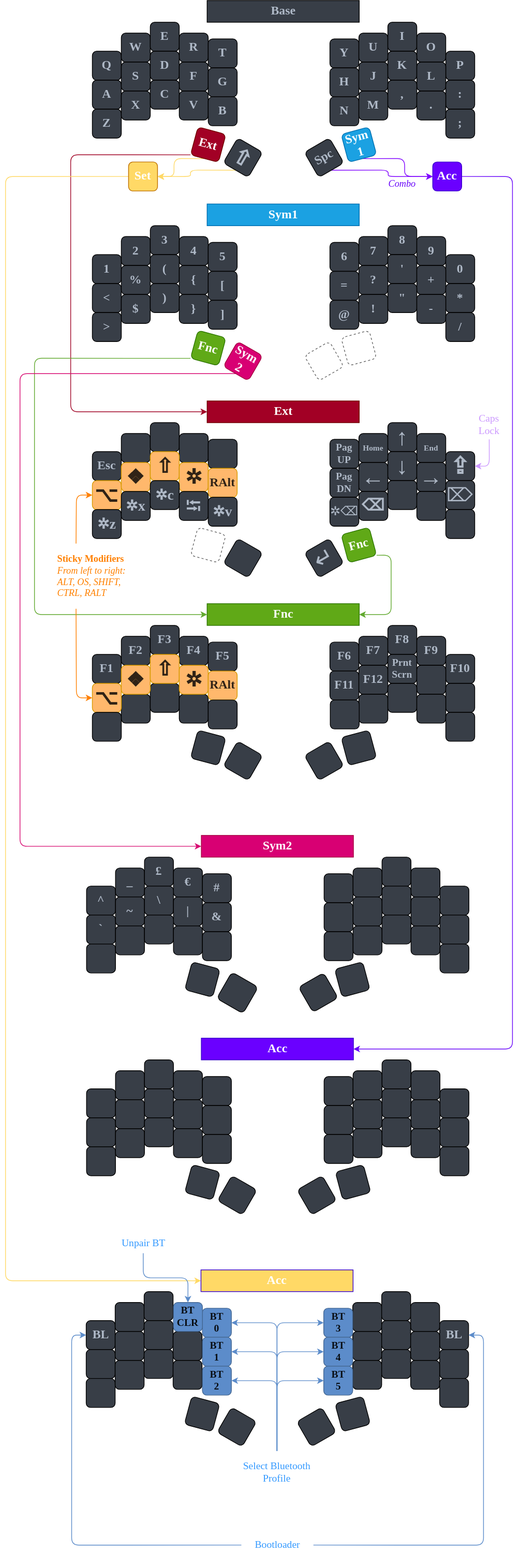
Before: custom.drawio.svg, a diagram exported from draw.io (skyferix/zmk-sweep). Source tidied: cells renumbered, new cells last; positions are measured from the earlier drawing's top-left corner, leaving out a move shared by most shapes.
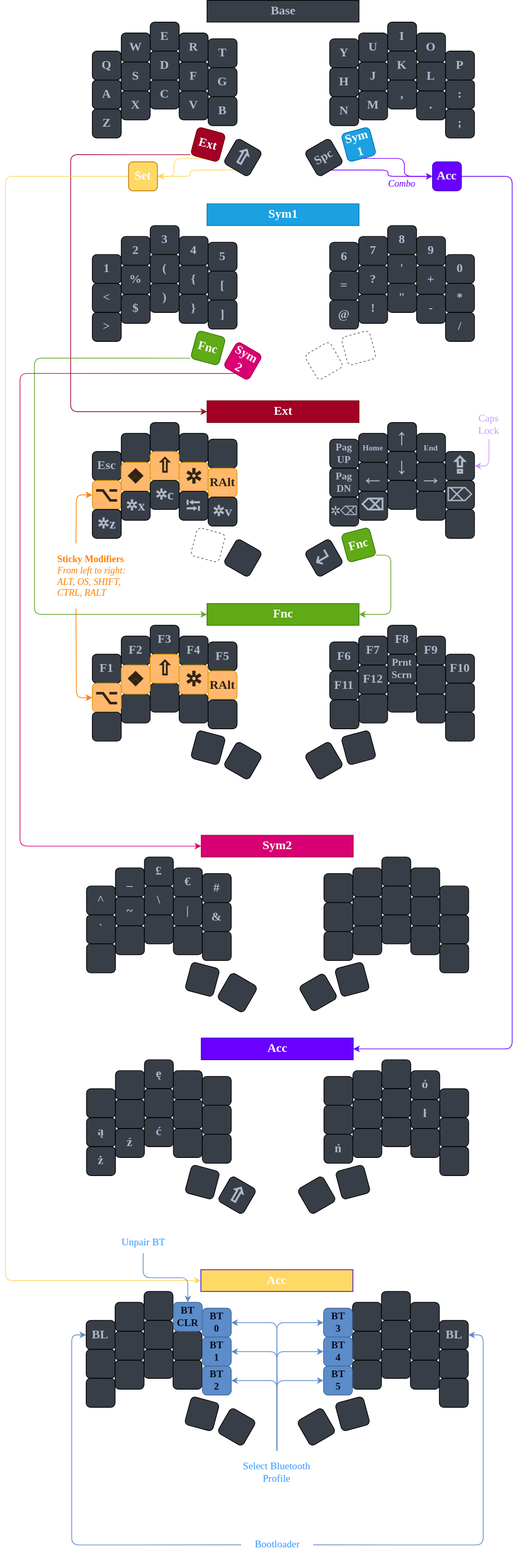
The same file after the commit.

What changed in the source:
```diff
@@ -479,7 +479,7 @@
     <mxCell id="150" style="whiteSpace=wrap;html=1;fontSize=17;fontFamily=Verdana;fontStyle=1;fontColor=#AFB9C7;fillColor=#383E47;rounded=1;" parent="1" vertex="1">
       <mxGeometry x="152" y="1478" width="40" height="40" as="geometry" />
     </mxCell>
-    <mxCell id="151" style="whiteSpace=wrap;html=1;fontSize=17;fontFamily=Verdana;fontStyle=1;fontColor=#AFB9C7;fillColor=#383E47;rounded=1;" parent="1" vertex="1">
+    <mxCell id="151" value="ę" style="whiteSpace=wrap;html=1;fontSize=17;fontFamily=Verdana;fontStyle=1;fontColor=#AFB9C7;fillColor=#383E47;rounded=1;" parent="1" vertex="1">
       <mxGeometry x="192" y="1463" width="40" height="40" as="geometry" />
     </mxCell>
     <mxCell id="152" style="whiteSpace=wrap;html=1;fontSize=17;fontFamily=Verdana;fontStyle=1;fontColor=#AFB9C7;fillColor=#383E47;rounded=1;" parent="1" vertex="1">
@@ -488,7 +488,7 @@
     <mxCell id="153" style="whiteSpace=wrap;html=1;fontSize=17;fontFamily=Verdana;fontStyle=1;fontColor=#AFB9C7;fillColor=#383E47;rounded=1;" parent="1" vertex="1">
       <mxGeometry x="272" y="1486" width="40" height="40" as="geometry" />
     </mxCell>
-    <mxCell id="154" style="whiteSpace=wrap;html=1;fontSize=17;fontFamily=Verdana;fontStyle=1;fontColor=#AFB9C7;fillColor=#383E47;rounded=1;" parent="1" vertex="1">
+    <mxCell id="154" value="ą" style="whiteSpace=wrap;html=1;fontSize=17;fontFamily=Verdana;fontStyle=1;fontColor=#AFB9C7;fillColor=#383E47;rounded=1;" parent="1" vertex="1">
       <mxGeometry x="112" y="1543" width="40" height="40" as="geometry" />
     </mxCell>
     <mxCell id="155" style="whiteSpace=wrap;html=1;fontSize=17;fontFamily=Verdana;fontStyle=1;fontColor=#AFB9C7;fillColor=#383E47;rounded=1;" parent="1" vertex="1">
@@ -503,13 +503,13 @@
     <mxCell id="158" style="whiteSpace=wrap;html=1;fontSize=17;fontFamily=Verdana;fontStyle=1;fontColor=#AFB9C7;fillColor=#383E47;rounded=1;" parent="1" vertex="1">
       <mxGeometry x="272" y="1526" width="40" height="40" as="geometry" />
     </mxCell>
-    <mxCell id="159" style="whiteSpace=wrap;html=1;fontSize=17;fontFamily=Verdana;fontStyle=1;fontColor=#AFB9C7;fillColor=#383E47;rounded=1;" parent="1" vertex="1">
+    <mxCell id="159" value="ż" style="whiteSpace=wrap;html=1;fontSize=17;fontFamily=Verdana;fontStyle=1;fontColor=#AFB9C7;fillColor=#383E47;rounded=1;" parent="1" vertex="1">
       <mxGeometry x="112" y="1583" width="40" height="40" as="geometry" />
     </mxCell>
-    <mxCell id="160" style="whiteSpace=wrap;html=1;fontSize=17;fontFamily=Verdana;fontStyle=1;fontColor=#AFB9C7;fillColor=#383E47;rounded=1;" parent="1" vertex="1">
+    <mxCell id="160" value="ź" style="whiteSpace=wrap;html=1;fontSize=17;fontFamily=Verdana;fontStyle=1;fontColor=#AFB9C7;fillColor=#383E47;rounded=1;" parent="1" vertex="1">
       <mxGeometry x="152" y="1558" width="40" height="40" as="geometry" />
     </mxCell>
-    <mxCell id="161" style="whiteSpace=wrap;html=1;fontSize=17;fontFamily=Verdana;fontStyle=1;fontColor=#AFB9C7;fillColor=#383E47;rounded=1;" parent="1" vertex="1">
+    <mxCell id="161" value="ć" style="whiteSpace=wrap;html=1;fontSize=17;fontFamily=Verdana;fontStyle=1;fontColor=#AFB9C7;fillColor=#383E47;rounded=1;" parent="1" vertex="1">
       <mxGeometry x="192" y="1543" width="40" height="40" as="geometry" />
     </mxCell>
     <mxCell id="162" style="whiteSpace=wrap;html=1;fontSize=17;fontFamily=Verdana;fontStyle=1;fontColor=#AFB9C7;fillColor=#383E47;rounded=1;" parent="1" vertex="1">
@@ -521,7 +521,7 @@
     <mxCell id="164" style="whiteSpace=wrap;html=1;rotation=15;fontSize=17;fontFamily=Verdana;fontStyle=1;fontColor=#AFB9C7;fillColor=#383E47;rounded=1;" parent="1" vertex="1">
       <mxGeometry x="252" y="1612" width="40" height="40" as="geometry" />
     </mxCell>
-    <mxCell id="165" style="whiteSpace=wrap;html=1;rotation=30;fontSize=17;fontFamily=Verdana;fontStyle=1;fontColor=#AFB9C7;fillColor=#383E47;rounded=1;" parent="1" vertex="1">
+    <mxCell id="165" value="&lt;span style=&quot;font-family: &amp;quot;segoe ui emoji&amp;quot;, &amp;quot;apple color emoji&amp;quot;, &amp;quot;noto color emoji&amp;quot;; font-size: 30px;&quot;&gt;⇧&lt;/span&gt;" style="whiteSpace=wrap;html=1;rotation=30;fontSize=17;fontFamily=Verdana;fontStyle=1;fontColor=#AFB9C7;fillColor=#383E47;rounded=1;" parent="1" vertex="1">
       <mxGeometry x="300" y="1630" width="40" height="40" as="geometry" />
     </mxCell>
     <mxCell id="166" style="whiteSpace=wrap;html=1;fontSize=17;fontFamily=Verdana;fontStyle=1;fontColor=#AFB9C7;fillColor=#383E47;rounded=1;" parent="1" vertex="1">
@@ -533,7 +533,7 @@
     <mxCell id="168" style="whiteSpace=wrap;html=1;fontSize=17;fontFamily=Verdana;fontStyle=1;fontColor=#AFB9C7;fillColor=#383E47;rounded=1;" parent="1" vertex="1">
       <mxGeometry x="520" y="1463" width="40" height="40" as="geometry" />
     </mxCell>
-    <mxCell id="169" style="whiteSpace=wrap;html=1;fontSize=17;fontFamily=Verdana;fontStyle=1;fontColor=#AFB9C7;fillColor=#383E47;rounded=1;" parent="1" vertex="1">
+    <mxCell id="169" value="ó" style="whiteSpace=wrap;html=1;fontSize=17;fontFamily=Verdana;fontStyle=1;fontColor=#AFB9C7;fillColor=#383E47;rounded=1;" parent="1" vertex="1">
       <mxGeometry x="560" y="1478" width="40" height="40" as="geometry" />
     </mxCell>
     <mxCell id="170" style="whiteSpace=wrap;html=1;fontSize=17;fontFamily=Verdana;fontStyle=1;fontColor=#AFB9C7;fillColor=#383E47;rounded=1;" parent="1" vertex="1">
@@ -548,13 +548,13 @@
     <mxCell id="173" style="whiteSpace=wrap;html=1;fontSize=17;fontFamily=Verdana;fontStyle=1;fontColor=#AFB9C7;fillColor=#383E47;rounded=1;" parent="1" vertex="1">
       <mxGeometry x="520" y="1503" width="40" height="40" as="geometry" />
     </mxCell>
-    <mxCell id="174" style="whiteSpace=wrap;html=1;fontSize=17;fontFamily=Verdana;fontStyle=1;fontColor=#AFB9C7;fillColor=#383E47;rounded=1;" parent="1" vertex="1">
+    <mxCell id="174" value="ł" style="whiteSpace=wrap;html=1;fontSize=17;fontFamily=Verdana;fontStyle=1;fontColor=#AFB9C7;fillColor=#383E47;rounded=1;" parent="1" vertex="1">
       <mxGeometry x="560" y="1518" width="40" height="40" as="geometry" />
     </mxCell>
     <mxCell id="175" style="whiteSpace=wrap;html=1;fontSize=17;fontFamily=Verdana;fontStyle=1;fontColor=#AFB9C7;fillColor=#383E47;rounded=1;" parent="1" vertex="1">
       <mxGeometry x="600" y="1543" width="40" height="40" as="geometry" />
     </mxCell>
-    <mxCell id="176" style="whiteSpace=wrap;html=1;fontSize=17;fontFamily=Verdana;fontStyle=1;fontColor=#AFB9C7;fillColor=#383E47;rounded=1;" parent="1" vertex="1">
+    <mxCell id="176" value="ń" style="whiteSpace=wrap;html=1;fontSize=17;fontFamily=Verdana;fontStyle=1;fontColor=#AFB9C7;fillColor=#383E47;rounded=1;" parent="1" vertex="1">
       <mxGeometry x="440" y="1566" width="40" height="40" as="geometry" />
     </mxCell>
     <mxCell id="177" style="whiteSpace=wrap;html=1;fontSize=17;fontFamily=Verdana;fontStyle=1;fontColor=#AFB9C7;fillColor=#383E47;rounded=1;" parent="1" vertex="1">
```
